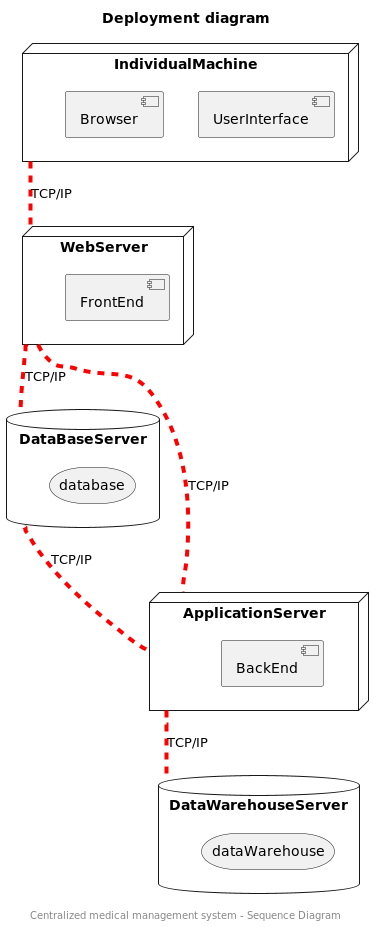
The PlantUML diagram Models/pngs/DeployementDiagram.png in AmineSdi/PROJET_JAVAFX, before a commit. Source of this version:
```plantuml
@startuml
title Deployment diagram
center footer Centralized medical management system - Sequence Diagram

database DataWarehouseServer as DW{
    storage dataWarehouse
}

database DataBaseServer as DB{
    storage database
}

node ApplicationServer as AS{
    component BackEnd

}

node WebServer as WS {
    component FrontEnd
}

node IndividualMachine as IM{
    component UserInterface
    component Browser
}


IM -[#red,dashed,thickness=4]- WS : TCP/IP
WS -[#red,dashed,thickness=4]- AS : TCP/IP
WS -[#red,dashed,thickness=4]- DB : TCP/IP
DB -[#red,dashed,thickness=4]- AS : TCP/IP
AS -[#red,dashed,thickness=4]- DW : TCP/IP

@enduml
```
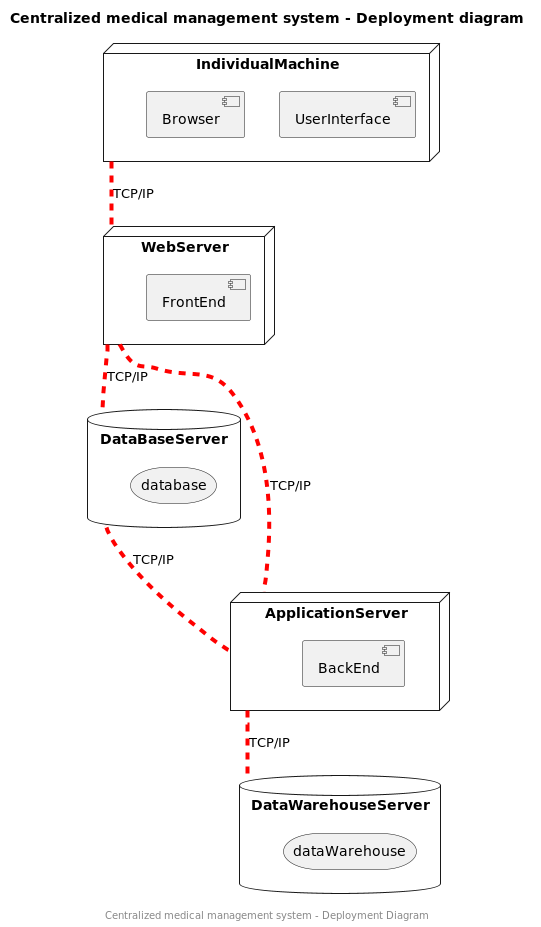
After the commit.

Change to the diagram source:
```diff
@@ -1,6 +1,6 @@
 @startuml
-title Deployment diagram
-center footer Centralized medical management system - Sequence Diagram
+title Centralized medical management system - Deployment diagram
+center footer Centralized medical management system - Deployment Diagram
 
 database DataWarehouseServer as DW{
     storage dataWarehouse
```
